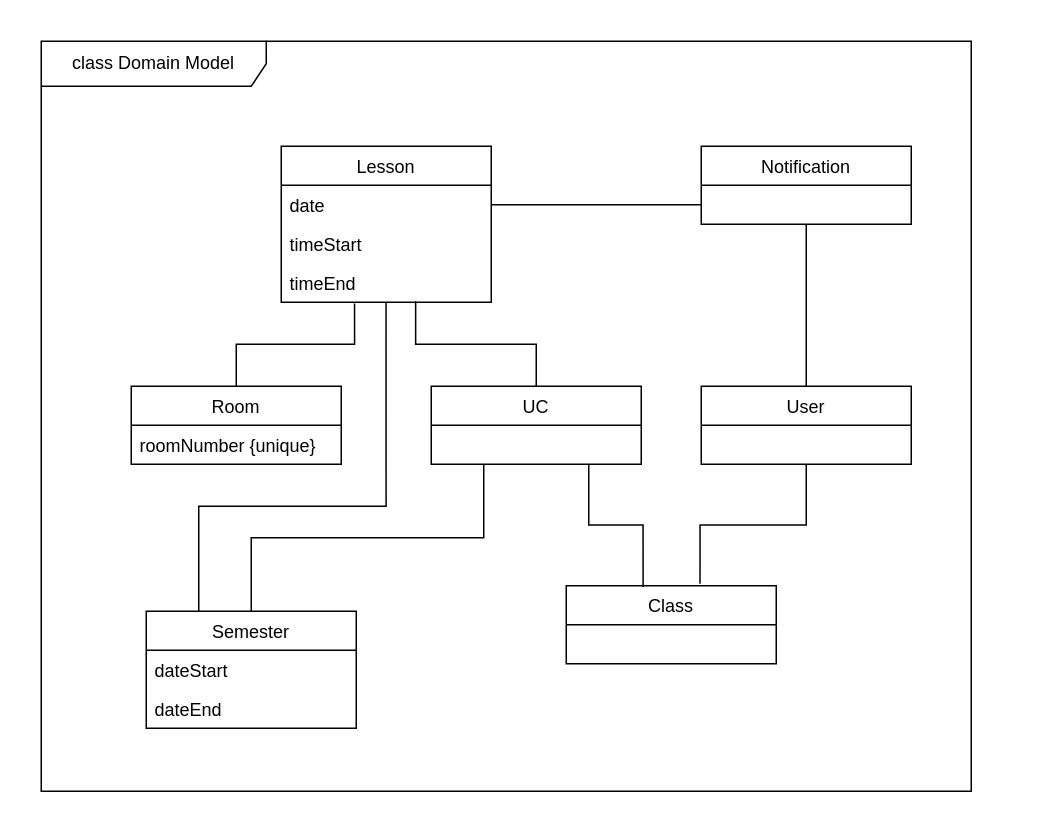
Earlier version of the draw.io diagram images/Domain Model.drawio (letziou/ESOF_project). Source tidied: cells renumbered, new cells numbered last; positions are measured from the earlier drawing's top-left corner, leaving out a move shared by most shapes. Both pictures are drawn from the tidied source at 150%, with x=0, y=0 at pixel (40, 40).
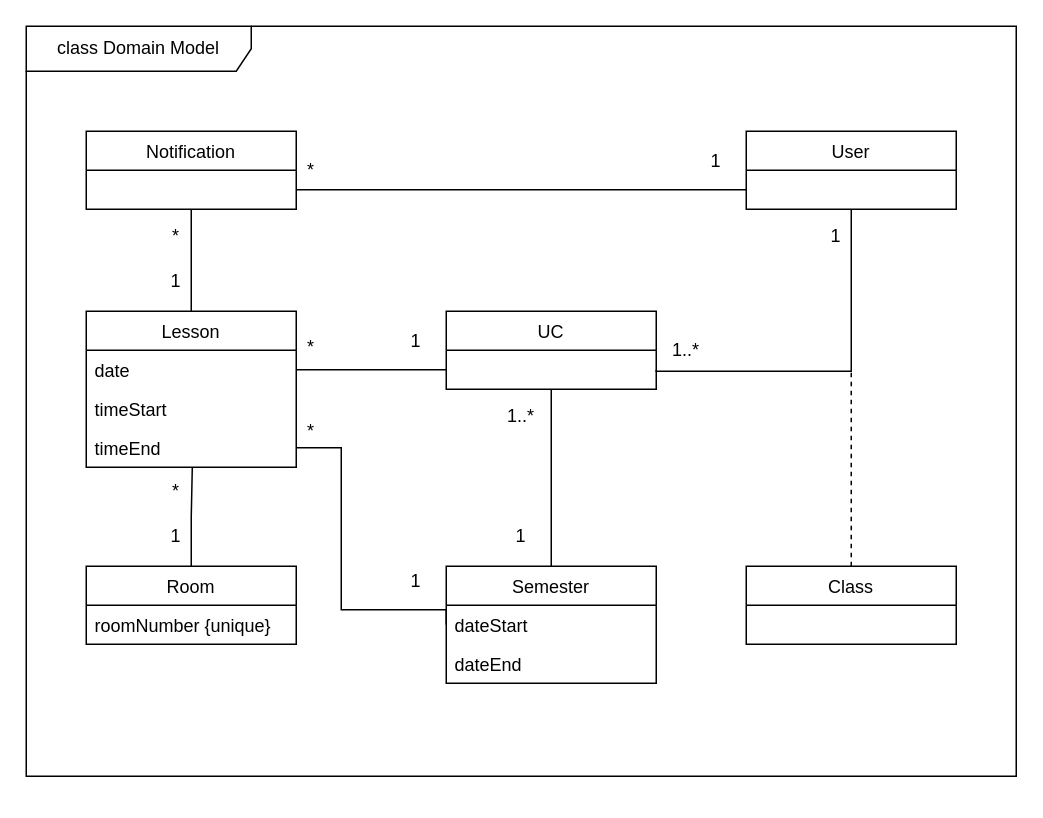
Above is the later version.

Commit message (it also covers changes not shown here):
Domain model draft for apraisal

Unchanged cells that the change refers to:
```xml
<mxCell id="15" value="dateStart" style="text;strokeColor=none;fillColor=none;align=left;verticalAlign=top;spacingLeft=4;spacingRight=4;overflow=hidden;points=[[0,0.5],[1,0.5]];portConstraint=eastwest;" parent="14" vertex="1">
  <mxGeometry y="26" width="140" height="26" as="geometry" />
</mxCell>
<mxCell id="19" value="date" style="text;strokeColor=none;fillColor=none;align=left;verticalAlign=top;spacingLeft=4;spacingRight=4;overflow=hidden;points=[[0,0.5],[1,0.5]];portConstraint=eastwest;" parent="18" vertex="1">
  <mxGeometry y="26" width="140" height="26" as="geometry" />
</mxCell>
<mxCell id="21" value="timeEnd" style="text;strokeColor=none;fillColor=none;align=left;verticalAlign=top;spacingLeft=4;spacingRight=4;overflow=hidden;points=[[0,0.5],[1,0.5]];portConstraint=eastwest;" parent="18" vertex="1">
  <mxGeometry y="78" width="140" height="26" as="geometry" />
</mxCell>
```

The edit, as a diff of the source:
```diff
@@
     <mxCell id="2" value="class Domain Model" style="shape=umlFrame;whiteSpace=wrap;html=1;width=150;height=30;gradientColor=none;fillColor=default;" parent="1" vertex="1">
-      <mxGeometry width="620" height="500" as="geometry" />
+      <mxGeometry x="-10" y="-10" width="660" height="500" as="geometry" />
     </mxCell>
-    <mxCell id="3" style="edgeStyle=orthogonalEdgeStyle;rounded=0;jettySize=auto;html=1;exitX=0.5;exitY=1;exitDx=0;exitDy=0;entryX=0.637;entryY=-0.026;entryDx=0;entryDy=0;entryPerimeter=0;startArrow=none;startFill=0;endArrow=none;endFill=0;startSize=20;endSize=6;strokeWidth=1;" parent="1" edge="1" source="4" target="23">
-      <mxGeometry relative="1" as="geometry" />
-    </mxCell>
     <mxCell id="4" value="User" style="swimlane;fontStyle=0;horizontal=1;startSize=26;fillColor=none;" parent="1" vertex="1">
-      <mxGeometry x="440" y="230" width="140" height="52" as="geometry" />
+      <mxGeometry x="470" y="60" width="140" height="52" as="geometry" />
     </mxCell>
     <mxCell id="5" value="Notification" style="swimlane;fontStyle=0;horizontal=1;startSize=26;fillColor=none;" parent="1" vertex="1">
-      <mxGeometry x="440" y="70" width="140" height="52" as="geometry" />
+      <mxGeometry x="30" y="60" width="140" height="52" as="geometry" />
     </mxCell>
-    <mxCell id="6" style="edgeStyle=orthogonalEdgeStyle;rounded=0;jettySize=auto;html=1;exitX=0.5;exitY=0;exitDx=0;exitDy=0;endArrow=none;endFill=0;entryX=0.349;entryY=1.03;entryDx=0;entryDy=0;entryPerimeter=0;" parent="1" edge="1" source="7" target="21">
+    <mxCell id="6" style="edgeStyle=orthogonalEdgeStyle;rounded=0;jettySize=auto;html=1;exitX=0.5;exitY=0;exitDx=0;exitDy=0;endArrow=none;endFill=0;entryX=0.505;entryY=1.009;entryDx=0;entryDy=0;entryPerimeter=0;" parent="1" edge="1" source="7" target="21">
       <mxGeometry relative="1" as="geometry" />
     </mxCell>
     <mxCell id="7" value="Room" style="swimlane;fontStyle=0;horizontal=1;startSize=26;fillColor=none;" parent="1" vertex="1">
-      <mxGeometry x="60" y="230" width="140" height="52" as="geometry" />
+      <mxGeometry x="30" y="350" width="140" height="52" as="geometry" />
     </mxCell>
@@
-    <mxCell id="9" style="edgeStyle=orthogonalEdgeStyle;rounded=0;jettySize=auto;html=1;exitX=0.5;exitY=0;exitDx=0;exitDy=0;entryX=0.64;entryY=0.977;entryDx=0;entryDy=0;entryPerimeter=0;endArrow=none;endFill=0;" parent="1" edge="1" source="11" target="21">
+    <mxCell id="9" style="edgeStyle=orthogonalEdgeStyle;rounded=0;jettySize=auto;html=1;exitX=0;exitY=0.75;exitDx=0;exitDy=0;endArrow=none;endFill=0;entryX=1;entryY=0.5;entryDx=0;entryDy=0;" parent="1" edge="1" source="11" target="19">
       <mxGeometry relative="1" as="geometry" />
     </mxCell>
-    <mxCell id="10" style="edgeStyle=orthogonalEdgeStyle;rounded=0;jettySize=auto;html=1;entryX=0.366;entryY=0.017;entryDx=0;entryDy=0;entryPerimeter=0;startArrow=none;startFill=0;endArrow=none;endFill=0;startSize=20;endSize=6;strokeWidth=1;exitX=0.75;exitY=1;exitDx=0;exitDy=0;" parent="1" edge="1" source="11" target="23">
-      <mxGeometry relative="1" as="geometry" />
-    </mxCell>
+    <mxCell id="24" style="edgeStyle=orthogonalEdgeStyle;rounded=0;jettySize=auto;html=1;exitX=1;exitY=0.75;exitDx=0;exitDy=0;entryX=0.5;entryY=1;entryDx=0;entryDy=0;endArrow=none;endFill=0;" parent="1" edge="1" source="11" target="4">
+      <mxGeometry relative="1" as="geometry">
+        <Array as="points">
+          <mxPoint x="410" y="220" />
+          <mxPoint x="540" y="220" />
+        </Array>
+      </mxGeometry>
+    </mxCell>
     <mxCell id="11" value="UC" style="swimlane;fontStyle=0;horizontal=1;startSize=26;fillColor=none;" parent="1" vertex="1">
-      <mxGeometry x="260" y="230" width="140" height="52" as="geometry" />
+      <mxGeometry x="270" y="180" width="140" height="52" as="geometry" />
     </mxCell>
-    <mxCell id="12" style="edgeStyle=orthogonalEdgeStyle;rounded=0;jettySize=auto;html=1;exitX=0.5;exitY=0;exitDx=0;exitDy=0;endArrow=none;endFill=0;entryX=0.25;entryY=1;entryDx=0;entryDy=0;" parent="1" edge="1" source="14" target="11">
+    <mxCell id="12" style="edgeStyle=orthogonalEdgeStyle;rounded=0;jettySize=auto;html=1;exitX=0.5;exitY=0;exitDx=0;exitDy=0;endArrow=none;endFill=0;entryX=0.5;entryY=1;entryDx=0;entryDy=0;" parent="1" edge="1" source="14" target="11">
       <mxGeometry relative="1" as="geometry" />
     </mxCell>
-    <mxCell id="13" style="edgeStyle=orthogonalEdgeStyle;rounded=0;jettySize=auto;html=1;exitX=0.25;exitY=0;exitDx=0;exitDy=0;entryX=0.499;entryY=0.997;entryDx=0;entryDy=0;entryPerimeter=0;startArrow=none;startFill=0;endArrow=none;endFill=0;startSize=20;endSize=6;strokeWidth=1;" parent="1" edge="1" source="14" target="21">
-      <mxGeometry relative="1" as="geometry">
-        <Array as="points">
-          <mxPoint x="105" y="310" />
-          <mxPoint x="230" y="310" />
-        </Array>
-      </mxGeometry>
-    </mxCell>
     <mxCell id="14" value="Semester" style="swimlane;fontStyle=0;horizontal=1;startSize=26;fillColor=none;" parent="1" vertex="1">
-      <mxGeometry x="70" y="380" width="140" height="78" as="geometry" />
+      <mxGeometry x="270" y="350" width="140" height="78" as="geometry" />
     </mxCell>
@@
-    <mxCell id="17" style="edgeStyle=orthogonalEdgeStyle;rounded=0;jettySize=auto;html=1;entryX=0.5;entryY=0;entryDx=0;entryDy=0;endArrow=none;endFill=0;exitX=0.5;exitY=1;exitDx=0;exitDy=0;" parent="1" edge="1" source="5" target="4">
+    <mxCell id="17" style="edgeStyle=orthogonalEdgeStyle;rounded=0;jettySize=auto;html=1;entryX=0;entryY=0.75;entryDx=0;entryDy=0;endArrow=none;endFill=0;exitX=1;exitY=0.75;exitDx=0;exitDy=0;" parent="1" edge="1" source="5" target="4">
       <mxGeometry relative="1" as="geometry" />
     </mxCell>
     <mxCell id="18" value="Lesson" style="swimlane;fontStyle=0;horizontal=1;startSize=26;fillColor=none;" parent="1" vertex="1">
-      <mxGeometry x="160" y="70" width="140" height="104" as="geometry" />
+      <mxGeometry x="30" y="180" width="140" height="104" as="geometry" />
     </mxCell>
@@
-    <mxCell id="22" style="edgeStyle=orthogonalEdgeStyle;rounded=0;jettySize=auto;html=1;exitX=1;exitY=0.5;exitDx=0;exitDy=0;entryX=0;entryY=0.5;entryDx=0;entryDy=0;startArrow=none;startFill=0;endArrow=none;endFill=0;startSize=20;endSize=6;strokeWidth=1;" parent="1" edge="1" source="19">
-      <mxGeometry relative="1" as="geometry">
-        <mxPoint x="440" y="109" as="targetPoint" />
-        <Array as="points">
-          <mxPoint x="330" y="109" />
-          <mxPoint x="330" y="109" />
-        </Array>
-      </mxGeometry>
+    <mxCell id="22" style="edgeStyle=orthogonalEdgeStyle;rounded=0;jettySize=auto;html=1;exitX=0.5;exitY=0;exitDx=0;exitDy=0;startArrow=none;startFill=0;endArrow=none;endFill=0;startSize=20;endSize=6;strokeWidth=1;entryX=0.5;entryY=1;entryDx=0;entryDy=0;" parent="1" edge="1" source="18" target="5">
+      <mxGeometry relative="1" as="geometry" />
     </mxCell>
+    <mxCell id="25" style="edgeStyle=orthogonalEdgeStyle;rounded=0;jettySize=auto;html=1;exitX=0.5;exitY=0;exitDx=0;exitDy=0;endArrow=none;endFill=0;dashed=1;" parent="1" edge="1" source="23">
+      <mxGeometry relative="1" as="geometry">
+        <mxPoint x="540" y="220" as="targetPoint" />
+      </mxGeometry>
+    </mxCell>
     <mxCell id="23" value="Class" style="swimlane;fontStyle=0;horizontal=1;startSize=26;fillColor=none;" parent="1" vertex="1">
-      <mxGeometry x="350" y="363" width="140" height="52" as="geometry" />
+      <mxGeometry x="470" y="350" width="140" height="52" as="geometry" />
     </mxCell>
+    <mxCell id="26" style="edgeStyle=orthogonalEdgeStyle;rounded=0;jettySize=auto;html=1;exitX=0;exitY=0.5;exitDx=0;exitDy=0;endArrow=none;endFill=0;entryX=1;entryY=0.5;entryDx=0;entryDy=0;" parent="1" edge="1" source="15" target="21">
+      <mxGeometry relative="1" as="geometry">
+        <Array as="points">
+          <mxPoint x="200" y="379" />
+          <mxPoint x="200" y="271" />
+        </Array>
+      </mxGeometry>
+    </mxCell>
+    <mxCell id="27" value="1" style="text;html=1;strokeColor=none;fillColor=none;align=center;verticalAlign=middle;whiteSpace=wrap;rounded=0;" parent="1" vertex="1">
+      <mxGeometry x="440" y="70" width="20" height="20" as="geometry" />
+    </mxCell>
+    <mxCell id="28" value="*" style="text;html=1;strokeColor=none;fillColor=none;align=center;verticalAlign=middle;whiteSpace=wrap;rounded=0;" parent="1" vertex="1">
+      <mxGeometry x="170" y="76" width="20" height="20" as="geometry" />
+    </mxCell>
+    <mxCell id="29" value="*" style="text;html=1;strokeColor=none;fillColor=none;align=center;verticalAlign=middle;whiteSpace=wrap;rounded=0;" parent="1" vertex="1">
+      <mxGeometry x="80" y="120" width="20" height="20" as="geometry" />
+    </mxCell>
+    <mxCell id="30" value="1" style="text;html=1;strokeColor=none;fillColor=none;align=center;verticalAlign=middle;whiteSpace=wrap;rounded=0;" parent="1" vertex="1">
+      <mxGeometry x="520" y="120" width="20" height="20" as="geometry" />
+    </mxCell>
+    <mxCell id="31" value="1..*" style="text;html=1;strokeColor=none;fillColor=none;align=center;verticalAlign=middle;whiteSpace=wrap;rounded=0;" parent="1" vertex="1">
+      <mxGeometry x="420" y="198" width="20" height="16" as="geometry" />
+    </mxCell>
+    <mxCell id="32" value="1" style="text;html=1;strokeColor=none;fillColor=none;align=center;verticalAlign=middle;whiteSpace=wrap;rounded=0;" parent="1" vertex="1">
+      <mxGeometry x="310" y="320" width="20" height="20" as="geometry" />
+    </mxCell>
+    <mxCell id="33" value="1..*" style="text;html=1;strokeColor=none;fillColor=none;align=center;verticalAlign=middle;whiteSpace=wrap;rounded=0;" parent="1" vertex="1">
+      <mxGeometry x="310" y="240" width="20" height="20" as="geometry" />
+    </mxCell>
+    <mxCell id="34" value="1" style="text;html=1;strokeColor=none;fillColor=none;align=center;verticalAlign=middle;whiteSpace=wrap;rounded=0;" parent="1" vertex="1">
+      <mxGeometry x="240" y="190" width="20" height="20" as="geometry" />
+    </mxCell>
+    <mxCell id="35" value="*" style="text;html=1;strokeColor=none;fillColor=none;align=center;verticalAlign=middle;whiteSpace=wrap;rounded=0;" parent="1" vertex="1">
+      <mxGeometry x="170" y="194" width="20" height="20" as="geometry" />
+    </mxCell>
+    <mxCell id="36" value="1" style="text;html=1;strokeColor=none;fillColor=none;align=center;verticalAlign=middle;whiteSpace=wrap;rounded=0;" parent="1" vertex="1">
+      <mxGeometry x="240" y="350" width="20" height="20" as="geometry" />
+    </mxCell>
+    <mxCell id="37" value="*" style="text;html=1;strokeColor=none;fillColor=none;align=center;verticalAlign=middle;whiteSpace=wrap;rounded=0;" parent="1" vertex="1">
+      <mxGeometry x="170" y="250" width="20" height="20" as="geometry" />
+    </mxCell>
+    <mxCell id="38" value="1" style="text;html=1;strokeColor=none;fillColor=none;align=center;verticalAlign=middle;whiteSpace=wrap;rounded=0;" parent="1" vertex="1">
+      <mxGeometry x="80" y="320" width="20" height="20" as="geometry" />
+    </mxCell>
+    <mxCell id="39" value="*" style="text;html=1;strokeColor=none;fillColor=none;align=center;verticalAlign=middle;whiteSpace=wrap;rounded=0;" parent="1" vertex="1">
+      <mxGeometry x="80" y="290" width="20" height="20" as="geometry" />
+    </mxCell>
+    <mxCell id="40" value="1" style="text;html=1;strokeColor=none;fillColor=none;align=center;verticalAlign=middle;whiteSpace=wrap;rounded=0;" parent="1" vertex="1">
+      <mxGeometry x="80" y="150" width="20" height="20" as="geometry" />
+    </mxCell>
```
